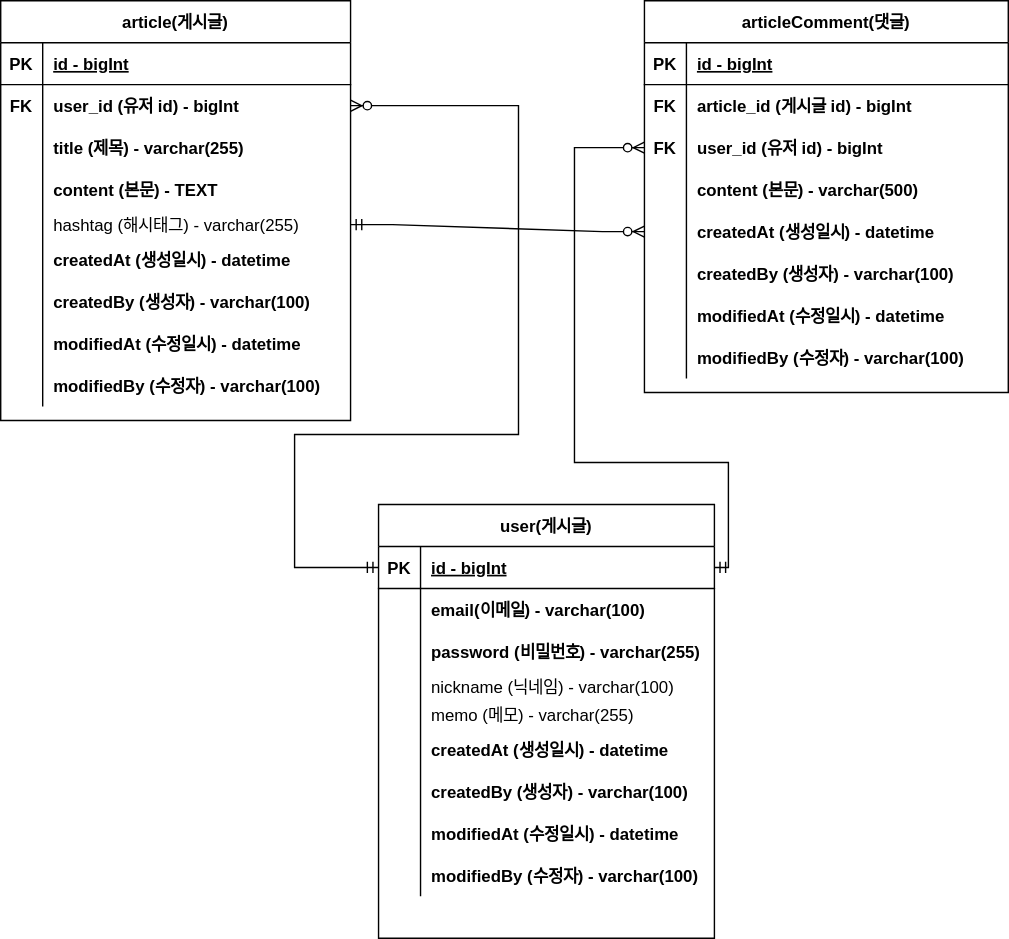
The draw.io diagram document/project-board-erd.svg in haaeee/board-toy-project, before a commit. Source tidied: cells renumbered, new cells last; positions are measured from the earlier drawing's top-left corner, leaving out a move shared by most shapes.
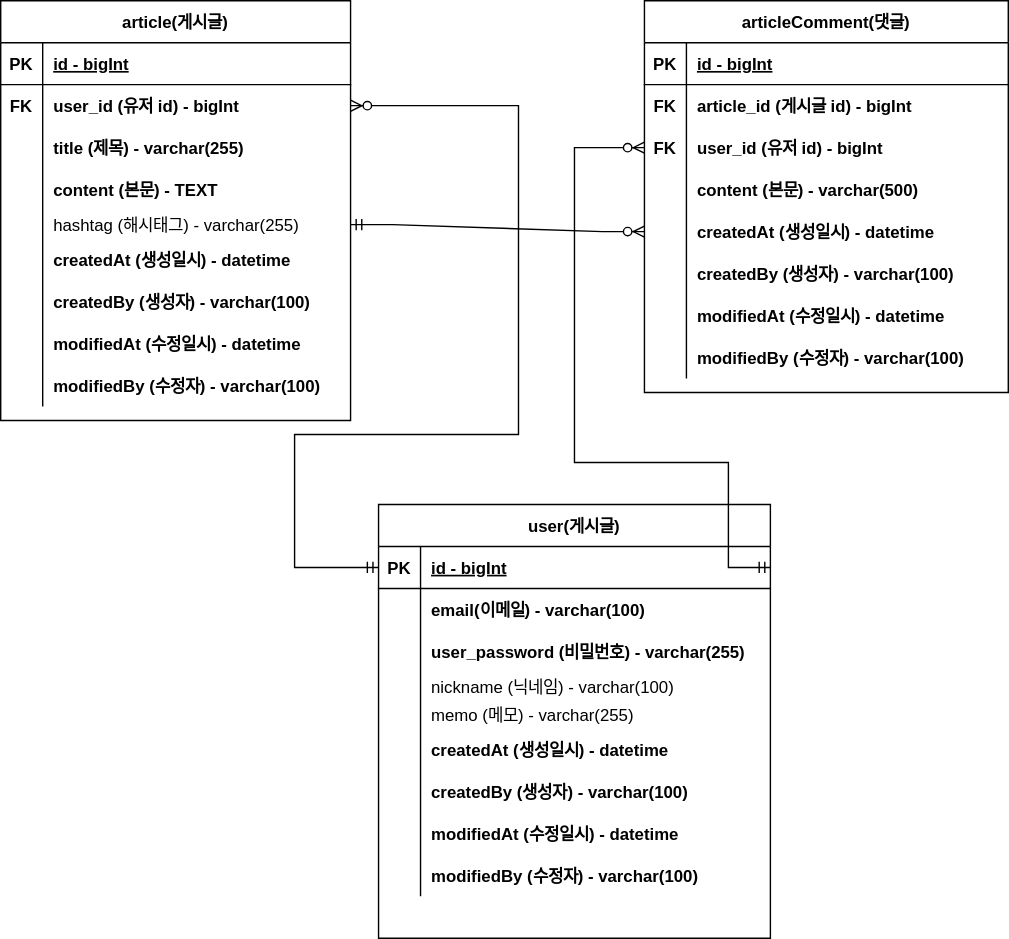
After the commit.

Commit message:
#18 - user_password로 컬럼명 변경

What changed in the source:
```diff
@@ -165,88 +165,88 @@
       <mxGeometry relative="1" as="geometry" />
     </mxCell>
     <mxCell id="56" value="user(게시글)" style="shape=table;startSize=30;rowLines=0;fontStyle=1;align=center;" parent="1" vertex="1">
-      <mxGeometry x="270" y="360" width="240" height="310" as="geometry" />
+      <mxGeometry x="270" y="360" width="280" height="310" as="geometry" />
     </mxCell>
     <mxCell id="57" style="shape=partialRectangle;fillColor=none;points=[[0,0.5],[1,0.5]];portConstraint=eastwest;top=0;left=0;right=0;bottom=1;" parent="56" vertex="1">
-      <mxGeometry y="30" width="240" height="30" as="geometry" />
+      <mxGeometry y="30" width="280" height="30" as="geometry" />
     </mxCell>
     <mxCell id="58" value="PK" style="shape=partialRectangle;overflow=hidden;fillColor=none;top=0;left=0;bottom=0;right=0;fontStyle=1;" parent="57" vertex="1">
       <mxGeometry width="30" height="30" as="geometry" />
     </mxCell>
     <mxCell id="59" value="id - bigInt" style="shape=partialRectangle;overflow=hidden;fillColor=none;top=0;left=0;bottom=0;right=0;align=left;spacingLeft=6;fontStyle=5;" parent="57" vertex="1">
-      <mxGeometry x="30" width="210" height="30" as="geometry" />
+      <mxGeometry x="30" width="250" height="30" as="geometry" />
     </mxCell>
     <mxCell id="60" style="shape=partialRectangle;fillColor=none;top=0;left=0;right=0;bottom=0;" parent="56" vertex="1">
-      <mxGeometry y="60" width="240" height="30" as="geometry" />
+      <mxGeometry y="60" width="280" height="30" as="geometry" />
     </mxCell>
     <mxCell id="61" style="shape=partialRectangle;overflow=hidden;fillColor=none;top=0;left=0;bottom=0;right=0;" parent="60" vertex="1">
       <mxGeometry width="30" height="30" as="geometry" />
     </mxCell>
     <mxCell id="62" value="email(이메일) - varchar(100)" style="shape=partialRectangle;overflow=hidden;fillColor=none;top=0;left=0;bottom=0;right=0;align=left;spacingLeft=6;fontStyle=1;" parent="60" vertex="1">
-      <mxGeometry x="30" width="210" height="30" as="geometry" />
+      <mxGeometry x="30" width="250" height="30" as="geometry" />
     </mxCell>
     <mxCell id="63" style="shape=partialRectangle;fillColor=none;top=0;left=0;right=0;bottom=0;" parent="56" vertex="1">
-      <mxGeometry y="90" width="240" height="30" as="geometry" />
+      <mxGeometry y="90" width="280" height="30" as="geometry" />
     </mxCell>
     <mxCell id="64" style="shape=partialRectangle;overflow=hidden;fillColor=none;top=0;left=0;bottom=0;right=0;" parent="63" vertex="1">
       <mxGeometry width="30" height="30" as="geometry" />
     </mxCell>
-    <mxCell id="65" value="password (비밀번호) - varchar(255)" style="shape=partialRectangle;overflow=hidden;fillColor=none;top=0;left=0;bottom=0;right=0;align=left;spacingLeft=6;fontStyle=1;" parent="63" vertex="1">
-      <mxGeometry x="30" width="210" height="30" as="geometry" />
+    <mxCell id="65" value="user_password (비밀번호) - varchar(255)" style="shape=partialRectangle;overflow=hidden;fillColor=none;top=0;left=0;bottom=0;right=0;align=left;spacingLeft=6;fontStyle=1;" parent="63" vertex="1">
+      <mxGeometry x="30" width="250" height="30" as="geometry" />
     </mxCell>
     <mxCell id="66" style="shape=partialRectangle;fillColor=none;top=0;left=0;right=0;bottom=0;" parent="56" vertex="1">
-      <mxGeometry y="120" width="240" height="20" as="geometry" />
+      <mxGeometry y="120" width="280" height="20" as="geometry" />
     </mxCell>
     <mxCell id="67" style="shape=partialRectangle;overflow=hidden;fillColor=none;top=0;left=0;bottom=0;right=0;" parent="66" vertex="1">
       <mxGeometry width="30" height="20" as="geometry" />
     </mxCell>
     <mxCell id="68" value="nickname (닉네임) - varchar(100)" style="shape=partialRectangle;overflow=hidden;fillColor=none;top=0;left=0;bottom=0;right=0;align=left;spacingLeft=6;" parent="66" vertex="1">
-      <mxGeometry x="30" width="210" height="20" as="geometry" />
+      <mxGeometry x="30" width="250" height="20" as="geometry" />
     </mxCell>
     <mxCell id="69" style="shape=partialRectangle;fillColor=none;top=0;left=0;right=0;bottom=0;" parent="56" vertex="1">
-      <mxGeometry y="140" width="240" height="20" as="geometry" />
+      <mxGeometry y="140" width="280" height="20" as="geometry" />
     </mxCell>
     <mxCell id="70" style="shape=partialRectangle;overflow=hidden;fillColor=none;top=0;left=0;bottom=0;right=0;" parent="69" vertex="1">
       <mxGeometry width="30" height="20" as="geometry" />
     </mxCell>
     <mxCell id="71" value="memo (메모) - varchar(255)" style="shape=partialRectangle;overflow=hidden;fillColor=none;top=0;left=0;bottom=0;right=0;align=left;spacingLeft=6;" parent="69" vertex="1">
-      <mxGeometry x="30" width="210" height="20" as="geometry" />
+      <mxGeometry x="30" width="250" height="20" as="geometry" />
     </mxCell>
     <mxCell id="72" style="shape=partialRectangle;fillColor=none;top=0;left=0;right=0;bottom=0;" parent="56" vertex="1">
-      <mxGeometry y="160" width="240" height="30" as="geometry" />
+      <mxGeometry y="160" width="280" height="30" as="geometry" />
     </mxCell>
     <mxCell id="73" style="shape=partialRectangle;overflow=hidden;fillColor=none;top=0;left=0;bottom=0;right=0;" parent="72" vertex="1">
       <mxGeometry width="30" height="30" as="geometry" />
     </mxCell>
     <mxCell id="74" value="createdAt (생성일시) - datetime" style="shape=partialRectangle;overflow=hidden;fillColor=none;top=0;left=0;bottom=0;right=0;align=left;spacingLeft=6;fontStyle=1;" parent="72" vertex="1">
-      <mxGeometry x="30" width="210" height="30" as="geometry" />
+      <mxGeometry x="30" width="250" height="30" as="geometry" />
     </mxCell>
     <mxCell id="75" style="shape=partialRectangle;fillColor=none;top=0;left=0;right=0;bottom=0;" parent="56" vertex="1">
-      <mxGeometry y="190" width="240" height="30" as="geometry" />
+      <mxGeometry y="190" width="280" height="30" as="geometry" />
     </mxCell>
     <mxCell id="76" style="shape=partialRectangle;overflow=hidden;fillColor=none;top=0;left=0;bottom=0;right=0;" parent="75" vertex="1">
       <mxGeometry width="30" height="30" as="geometry" />
     </mxCell>
     <mxCell id="77" value="createdBy (생성자) - varchar(100)" style="shape=partialRectangle;overflow=hidden;fillColor=none;top=0;left=0;bottom=0;right=0;align=left;spacingLeft=6;fontStyle=1;" parent="75" vertex="1">
-      <mxGeometry x="30" width="210" height="30" as="geometry" />
+      <mxGeometry x="30" width="250" height="30" as="geometry" />
     </mxCell>
     <mxCell id="78" style="shape=partialRectangle;fillColor=none;top=0;left=0;right=0;bottom=0;" parent="56" vertex="1">
-      <mxGeometry y="220" width="240" height="30" as="geometry" />
+      <mxGeometry y="220" width="280" height="30" as="geometry" />
     </mxCell>
     <mxCell id="79" style="shape=partialRectangle;overflow=hidden;fillColor=none;top=0;left=0;bottom=0;right=0;" parent="78" vertex="1">
       <mxGeometry width="30" height="30" as="geometry" />
     </mxCell>
     <mxCell id="80" value="modifiedAt (수정일시) - datetime" style="shape=partialRectangle;overflow=hidden;fillColor=none;top=0;left=0;bottom=0;right=0;align=left;spacingLeft=6;fontStyle=1;" parent="78" vertex="1">
-      <mxGeometry x="30" width="210" height="30" as="geometry" />
+      <mxGeometry x="30" width="250" height="30" as="geometry" />
     </mxCell>
     <mxCell id="81" style="shape=partialRectangle;fillColor=none;top=0;left=0;right=0;bottom=0;" parent="56" vertex="1">
-      <mxGeometry y="250" width="240" height="30" as="geometry" />
+      <mxGeometry y="250" width="280" height="30" as="geometry" />
     </mxCell>
     <mxCell id="82" style="shape=partialRectangle;overflow=hidden;fillColor=none;top=0;left=0;bottom=0;right=0;" parent="81" vertex="1">
       <mxGeometry width="30" height="30" as="geometry" />
     </mxCell>
     <mxCell id="83" value="modifiedBy (수정자) - varchar(100)" style="shape=partialRectangle;overflow=hidden;fillColor=none;top=0;left=0;bottom=0;right=0;align=left;spacingLeft=6;fontStyle=1;" parent="81" vertex="1">
-      <mxGeometry x="30" width="210" height="30" as="geometry" />
+      <mxGeometry x="30" width="250" height="30" as="geometry" />
     </mxCell>
     <mxCell id="84" style="edgeStyle=orthogonalEdgeStyle;fontSize=12;html=1;endArrow=ERzeroToMany;startArrow=ERmandOne;exitX=0;exitY=0.5;exitDx=0;exitDy=0;strokeColor=none;rounded=0;" parent="1" edge="1" source="57" target="3">
       <mxGeometry relative="1" as="geometry">
```
